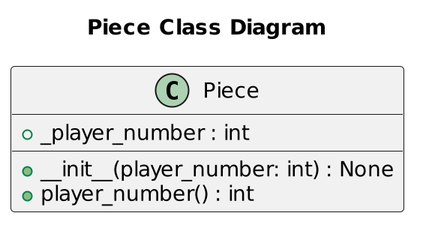
This is uml/Piece.png from austin-s970/OOP-Connect4, a PlantUML export, as it was before one commit.
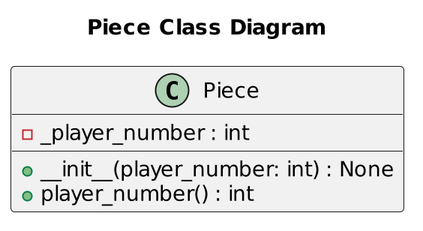
Above is the later version.

What changed in the source:
```diff
@@ -2,7 +2,7 @@
 scale 2
 title "Piece Class Diagram"
 class Piece {
-    +_player_number : int
+    -_player_number : int
 
     +__init__(player_number: int) : None
     +player_number() : int
```
